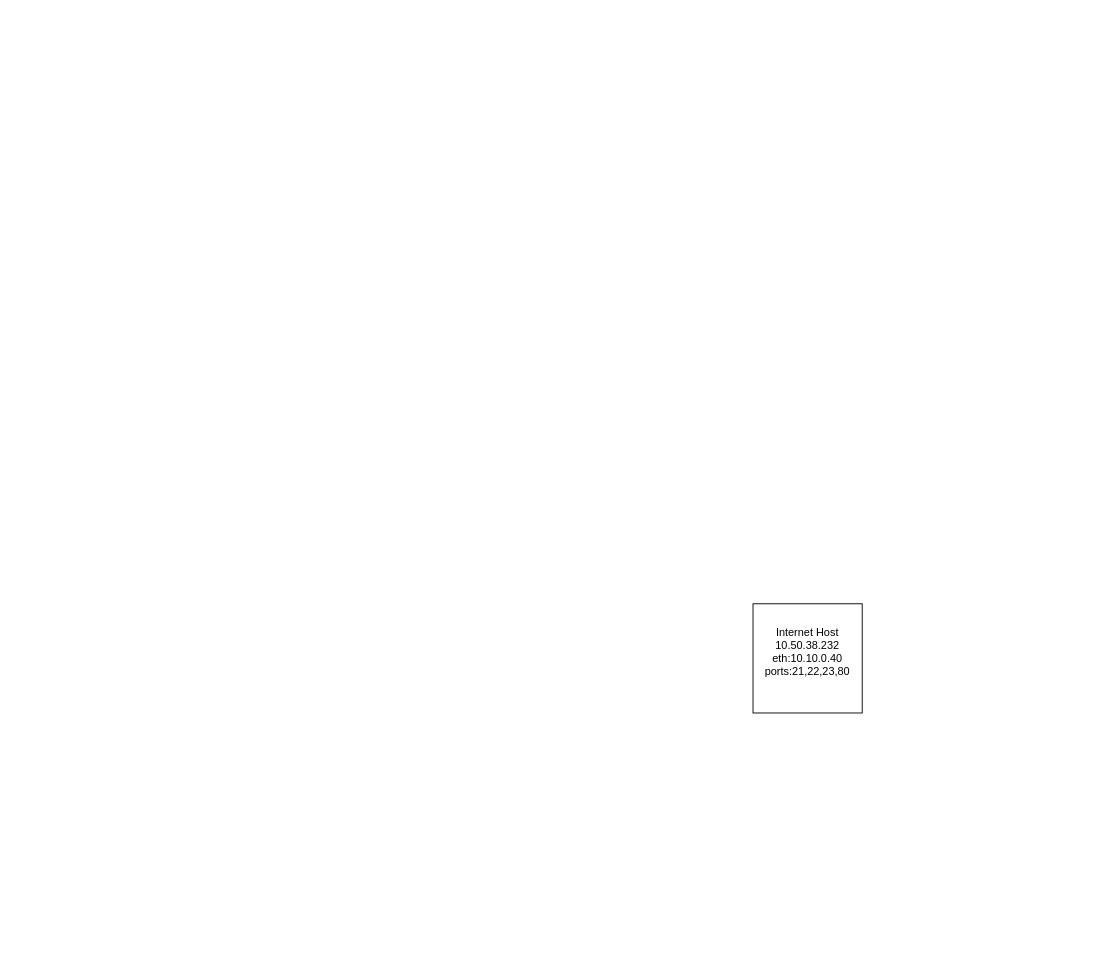
This is Networking/beatty/net map.drawio from TheWaltuh/COSC-Notes, a draw.io file, before an edit. Source tidied: cells renumbered, new cells numbered last; positions are measured from the earlier drawing's top-left corner, leaving out a move shared by most shapes. Both pictures are drawn from the tidied source at 91%, with x=0, y=0 at pixel (753, 603).
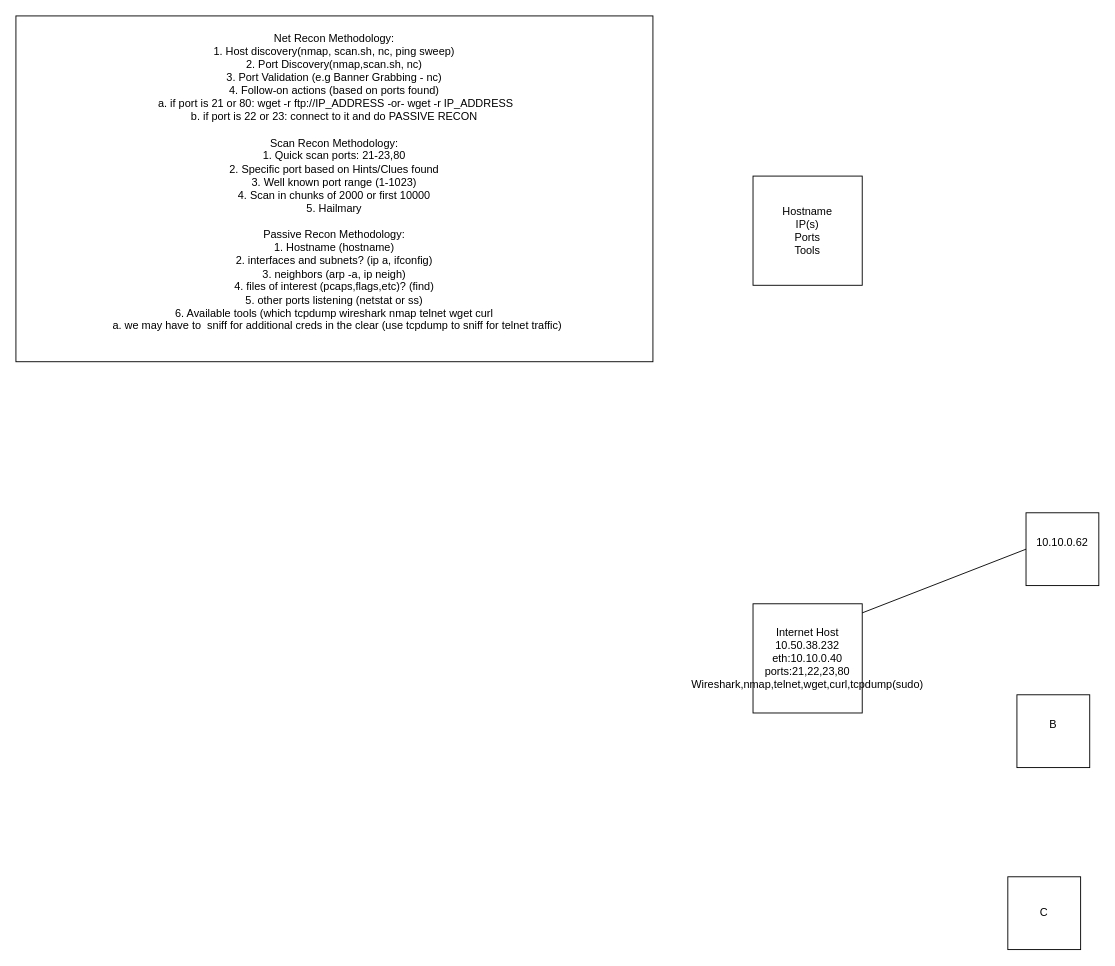
Above is the later version.

The edit, as a diff of the source:
```diff
@@
 <mxGraphModel>
   <root>
     <mxCell id="0" />
     <mxCell id="1" parent="0" />
-    <mxCell id="2" value="&lt;div&gt;Internet Host&lt;/div&gt;&lt;div&gt;10.50.38.232&lt;br&gt;&lt;/div&gt;&lt;div&gt;eth:10.10.0.40&lt;/div&gt;&lt;div&gt;ports:21,22,23,80&lt;/div&gt;&lt;div&gt;&lt;br&gt;&lt;/div&gt;" style="whiteSpace=wrap;html=1;rotation=0;" parent="1" vertex="1">
+    <mxCell id="2" value="&lt;div&gt;Internet Host&lt;/div&gt;&lt;div&gt;10.50.38.232&lt;br&gt;&lt;/div&gt;&lt;div&gt;eth:10.10.0.40&lt;/div&gt;&lt;div&gt;ports:21,22,23,80&lt;/div&gt;&lt;div&gt;Wireshark,nmap,telnet,wget,curl,tcpdump(sudo)&lt;br&gt;&lt;/div&gt;" style="whiteSpace=wrap;html=1;rotation=0;" parent="1" vertex="1">
       <mxGeometry width="120" height="120" as="geometry" />
     </mxCell>
+    <mxCell id="3" value="&lt;div&gt;Hostname&lt;/div&gt;&lt;div&gt;IP(s)&lt;/div&gt;&lt;div&gt;Ports&lt;/div&gt;&lt;div&gt;Tools&lt;br&gt;&lt;/div&gt;" style="whiteSpace=wrap;html=1;rotation=0;" parent="1" vertex="1">
+      <mxGeometry y="-470" width="120" height="120" as="geometry" />
+    </mxCell>
+    <mxCell id="4" value="&lt;div&gt;Net Recon Methodology:&lt;/div&gt;&lt;div&gt;1. Host discovery(nmap, scan.sh, nc, ping sweep)&lt;/div&gt;&lt;div&gt;2. Port Discovery(nmap,scan.sh, nc)&lt;/div&gt;&lt;div&gt;3. Port Validation (e.g Banner Grabbing - nc)&lt;/div&gt;&lt;div&gt;4. Follow-on actions (based on ports found)&lt;/div&gt;&lt;div&gt;&lt;span style=&quot;white-space: pre;&quot;&gt; &lt;/span&gt;a. if port is 21 or 80: wget -r ftp://IP_ADDRESS -or- wget -r IP_ADDRESS&lt;/div&gt;&lt;div&gt;b. if port is 22 or 23: connect to it and do PASSIVE RECON&lt;/div&gt;&lt;div&gt;&lt;br&gt;&lt;/div&gt;&lt;div&gt;Scan Recon Methodology:&lt;/div&gt;&lt;div&gt;1. Quick scan ports: 21-23,80&lt;/div&gt;&lt;div&gt;2. Specific port based on Hints/Clues found&lt;/div&gt;&lt;div&gt;3. Well known port range (1-1023)&lt;/div&gt;&lt;div&gt;4. Scan in chunks of 2000 or first 10000&lt;/div&gt;&lt;div&gt;5. Hailmary&lt;br&gt;&lt;/div&gt;&lt;div&gt;&lt;br&gt;&lt;/div&gt;&lt;div&gt;Passive Recon Methodology:&lt;/div&gt;&lt;div&gt;1. Hostname (hostname)&lt;/div&gt;&lt;div&gt;2. interfaces and subnets? (ip a, ifconfig)&lt;/div&gt;&lt;div&gt;3. neighbors (arp -a, ip neigh)&lt;br&gt;&lt;/div&gt;&lt;div&gt;4. files of interest (pcaps,flags,etc)? (find)&lt;/div&gt;&lt;div&gt;5. other ports listening (netstat or ss)&lt;/div&gt;&lt;div&gt;6. Available tools (which tcpdump wireshark nmap telnet wget curl&lt;/div&gt;&lt;div&gt;&amp;nbsp; a. we may have to&amp;nbsp; sniff for additional creds in the clear (use tcpdump to sniff for telnet traffic)&lt;/div&gt;&lt;div&gt;&lt;br&gt;&lt;/div&gt;" style="rounded=0;whiteSpace=wrap;html=1;" parent="1" vertex="1">
+      <mxGeometry x="-810" y="-646" width="700" height="380" as="geometry" />
+    </mxCell>
+    <mxCell id="5" value="&lt;div&gt;10.10.0.62&lt;/div&gt;&lt;div&gt;&lt;br&gt;&lt;/div&gt;" style="whiteSpace=wrap;html=1;" parent="1" vertex="1">
+      <mxGeometry x="300" y="-100" width="80" height="80" as="geometry" />
+    </mxCell>
+    <mxCell id="6" value="&lt;div&gt;B&lt;/div&gt;&lt;div&gt;&lt;br&gt;&lt;/div&gt;" style="whiteSpace=wrap;html=1;" parent="1" vertex="1">
+      <mxGeometry x="290" y="100" width="80" height="80" as="geometry" />
+    </mxCell>
+    <mxCell id="7" value="C" style="whiteSpace=wrap;html=1;" parent="1" vertex="1">
+      <mxGeometry x="280" y="300" width="80" height="80" as="geometry" />
+    </mxCell>
+    <mxCell id="8" style="endArrow=none;html=1;rounded=0;entryX=0;entryY=0.5;entryDx=0;entryDy=0;" parent="1" edge="1" target="5">
+      <mxGeometry relative="1" as="geometry">
+        <mxPoint x="120" y="10" as="sourcePoint" />
+      </mxGeometry>
+    </mxCell>
   </root>
 </mxGraphModel>
```
